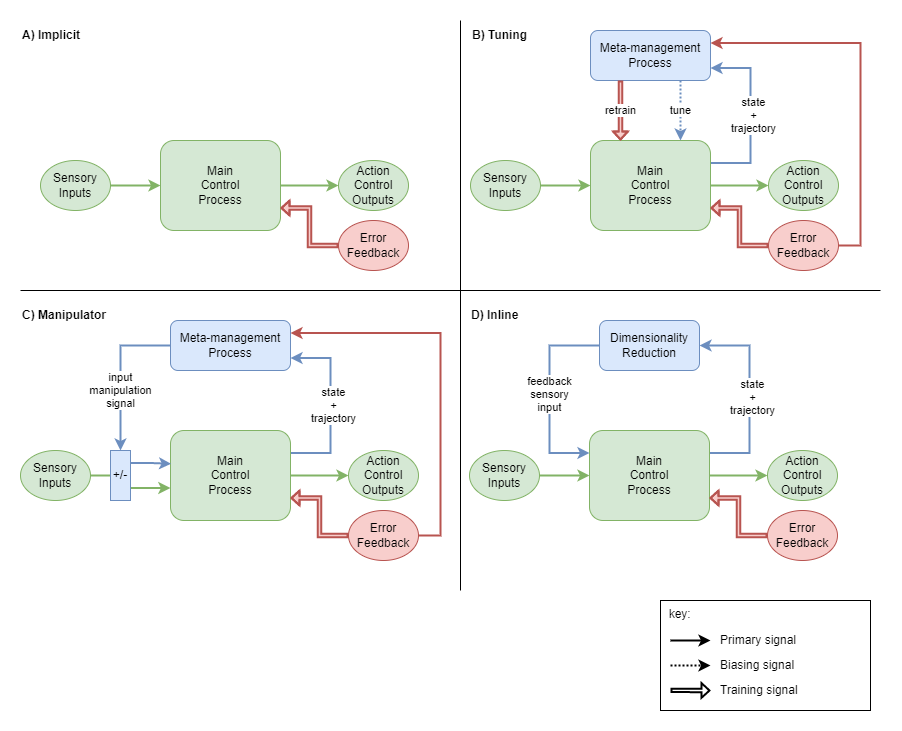
Above: files/A-coherent-theory-v1-mm-architectures.drawio.png in malcolmlett/malcolmlett.github.io (draw.io), before the change. Source tidied: cells renumbered, new cells last; positions are measured from the earlier drawing's top-left corner, leaving out a move shared by most shapes.
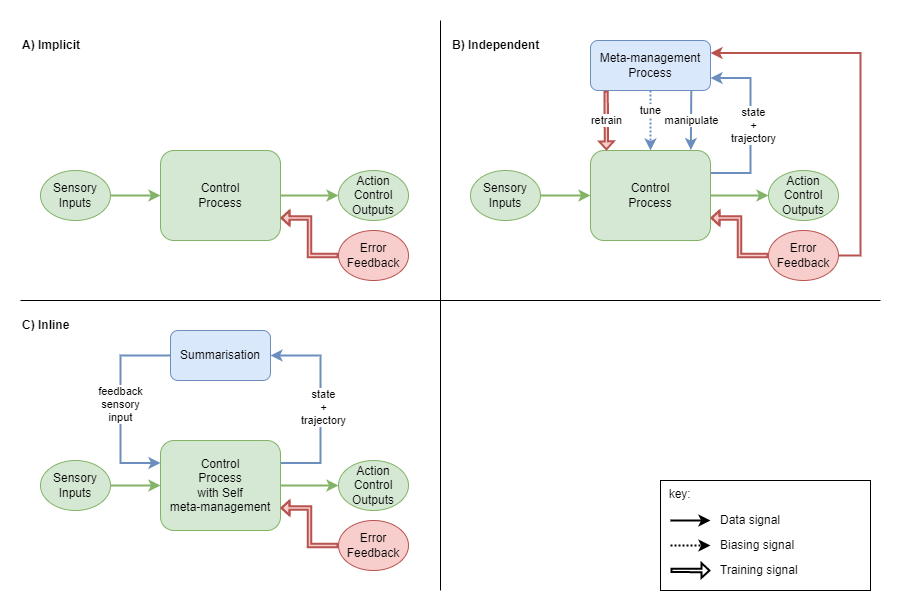
After the commit.

Commit message:
Meta-management architecture options

Diff of the diagram source:
```diff
@@ -22,12 +22,15 @@
         <mxPoint y="-26" as="offset" />
       </mxGeometry>
     </mxCell>
-    <mxCell id="6" value="Main&lt;br&gt;Control&lt;br&gt;Process" style="rounded=1;whiteSpace=wrap;html=1;fillColor=#d5e8d4;strokeColor=#82b366;" parent="1" vertex="1">
+    <mxCell id="6" value="Control&lt;br&gt;Process" style="rounded=1;whiteSpace=wrap;html=1;fillColor=#d5e8d4;strokeColor=#82b366;" parent="1" vertex="1">
       <mxGeometry x="570" y="120" width="120" height="90" as="geometry" />
     </mxCell>
-    <mxCell id="7" value="tune" style="edgeStyle=orthogonalEdgeStyle;rounded=0;jettySize=auto;html=1;entryX=0.75;entryY=0;entryDx=0;entryDy=0;strokeWidth=2;fillColor=#dae8fc;strokeColor=#6c8ebf;dashed=1;dashPattern=1 1;exitX=0.75;exitY=1;exitDx=0;exitDy=0;" parent="1" edge="1" source="8" target="6">
-      <mxGeometry relative="1" as="geometry" />
+    <mxCell id="7" value="tune" style="edgeStyle=orthogonalEdgeStyle;rounded=0;jettySize=auto;html=1;strokeWidth=2;fillColor=#dae8fc;strokeColor=#6c8ebf;dashed=1;dashPattern=1 1;exitX=0.5;exitY=1;exitDx=0;exitDy=0;" parent="1" edge="1" source="8" target="6">
+      <mxGeometry x="-0.33" relative="1" as="geometry" />
     </mxCell>
+    <mxCell id="61" value="manipulate" style="edgeStyle=none;rounded=0;jettySize=auto;html=1;entryX=0.836;entryY=-0.005;entryDx=0;entryDy=0;entryPerimeter=0;strokeWidth=2;fontSize=11;endArrow=classic;endFill=1;exitX=0.84;exitY=1.005;exitDx=0;exitDy=0;exitPerimeter=0;strokeColor=#6c8ebf;fillColor=#dae8fc;" parent="1" edge="1" source="8" target="6">
+      <mxGeometry relative="1" as="geometry" />
+    </mxCell>
     <mxCell id="8" value="Meta-management&lt;br&gt;Process" style="rounded=1;whiteSpace=wrap;html=1;fillColor=#dae8fc;strokeColor=#6c8ebf;" parent="1" vertex="1">
       <mxGeometry x="570" y="10" width="120" height="50" as="geometry" />
     </mxCell>
@@ -56,121 +59,54 @@
     <mxCell id="13" value="Error&lt;br&gt;Feedback" style="ellipse;whiteSpace=wrap;html=1;fillColor=#f8cecc;strokeColor=#b85450;" parent="1" vertex="1">
       <mxGeometry x="748" y="200" width="70" height="50" as="geometry" />
     </mxCell>
-    <mxCell id="14" style="edgeStyle=orthogonalEdgeStyle;rounded=0;jettySize=auto;html=1;strokeWidth=2;fillColor=#d5e8d4;strokeColor=#82b366;startArrow=none;exitX=1;exitY=0.75;exitDx=0;exitDy=0;entryX=-0.001;entryY=0.638;entryDx=0;entryDy=0;entryPerimeter=0;" parent="1" edge="1" source="30" target="18">
-      <mxGeometry relative="1" as="geometry" />
-    </mxCell>
-    <mxCell id="15" style="edgeStyle=orthogonalEdgeStyle;rounded=0;jettySize=auto;html=1;strokeWidth=2;fillColor=#d5e8d4;strokeColor=#82b366;" parent="1" edge="1" source="18" target="21">
-      <mxGeometry relative="1" as="geometry" />
-    </mxCell>
-    <mxCell id="16" style="edgeStyle=orthogonalEdgeStyle;rounded=0;jettySize=auto;html=1;entryX=1;entryY=0.75;entryDx=0;entryDy=0;strokeWidth=2;exitX=1;exitY=0.25;exitDx=0;exitDy=0;fillColor=#dae8fc;strokeColor=#6c8ebf;" parent="1" edge="1" source="18" target="20">
-      <mxGeometry relative="1" as="geometry">
-        <Array as="points">
-          <mxPoint x="310" y="432" />
-          <mxPoint x="310" y="338" />
-          <mxPoint x="270" y="338" />
-        </Array>
-      </mxGeometry>
-    </mxCell>
-    <mxCell id="17" value="state&lt;br&gt;+&lt;br&gt;trajectory" style="edgeLabel;html=1;align=center;verticalAlign=middle;" parent="16" vertex="1">
-      <mxGeometry x="-0.29" y="-2" relative="1" as="geometry">
-        <mxPoint y="-26" as="offset" />
-      </mxGeometry>
-    </mxCell>
-    <mxCell id="18" value="Main&lt;br&gt;Control&lt;br&gt;Process" style="rounded=1;whiteSpace=wrap;html=1;fillColor=#d5e8d4;strokeColor=#82b366;" parent="1" vertex="1">
-      <mxGeometry x="150" y="410" width="120" height="90" as="geometry" />
-    </mxCell>
-    <mxCell id="19" value="input&lt;br&gt;manipulation&lt;br&gt;signal" style="edgeStyle=orthogonalEdgeStyle;rounded=0;jettySize=auto;html=1;entryX=0.5;entryY=0;entryDx=0;entryDy=0;strokeWidth=2;fillColor=#dae8fc;strokeColor=#6c8ebf;" parent="1" edge="1" source="20" target="30">
-      <mxGeometry x="0.23" relative="1" as="geometry" />
-    </mxCell>
-    <mxCell id="20" value="Meta-management&lt;br&gt;Process" style="rounded=1;whiteSpace=wrap;html=1;fillColor=#dae8fc;strokeColor=#6c8ebf;" parent="1" vertex="1">
-      <mxGeometry x="150" y="300" width="120" height="50" as="geometry" />
-    </mxCell>
-    <mxCell id="21" value="Action&lt;br&gt;Control&lt;br&gt;Outputs" style="ellipse;whiteSpace=wrap;html=1;fillColor=#d5e8d4;strokeColor=#82b366;" parent="1" vertex="1">
-      <mxGeometry x="328" y="430" width="70" height="50" as="geometry" />
-    </mxCell>
-    <mxCell id="22" value="Sensory&lt;br&gt;Inputs" style="ellipse;whiteSpace=wrap;html=1;fillColor=#d5e8d4;strokeColor=#82b366;" parent="1" vertex="1">
-      <mxGeometry y="430" width="70" height="50" as="geometry" />
-    </mxCell>
-    <mxCell id="23" style="edgeStyle=orthogonalEdgeStyle;rounded=0;jettySize=auto;html=1;entryX=1;entryY=0.75;entryDx=0;entryDy=0;strokeWidth=2;fillColor=#f8cecc;strokeColor=#b85450;shape=flexArrow;width=2.4;endSize=1.9773333333333334;endWidth=9.179548156956004;" parent="1" edge="1" source="24" target="18">
-      <mxGeometry relative="1" as="geometry">
-        <Array as="points">
-          <mxPoint x="299" y="515" />
-          <mxPoint x="299" y="478" />
-        </Array>
-      </mxGeometry>
-    </mxCell>
-    <mxCell id="24" value="Error&lt;br&gt;Feedback" style="ellipse;whiteSpace=wrap;html=1;fillColor=#f8cecc;strokeColor=#b85450;" parent="1" vertex="1">
-      <mxGeometry x="328" y="490" width="70" height="50" as="geometry" />
-    </mxCell>
-    <mxCell id="25" value="B) Tuning" style="text;html=1;strokeColor=none;fillColor=none;align=left;verticalAlign=middle;whiteSpace=wrap;rounded=0;fontStyle=1;" parent="1" vertex="1">
-      <mxGeometry x="450" width="100" height="30" as="geometry" />
+    <mxCell id="25" value="B) Independent" style="text;html=1;strokeColor=none;fillColor=none;align=left;verticalAlign=middle;whiteSpace=wrap;rounded=0;fontStyle=1;" parent="1" vertex="1">
+      <mxGeometry x="430" width="100" height="30" as="geometry" />
     </mxCell>
-    <mxCell id="26" value="C) Manipulator" style="text;html=1;strokeColor=none;fillColor=none;align=left;verticalAlign=middle;whiteSpace=wrap;rounded=0;fontStyle=1;" parent="1" vertex="1">
-      <mxGeometry y="280" width="100" height="30" as="geometry" />
-    </mxCell>
     <mxCell id="27" style="endArrow=none;html=1;rounded=0;strokeWidth=1;" parent="1" edge="1">
       <mxGeometry relative="1" as="geometry">
-        <mxPoint x="440" y="570" as="sourcePoint" />
-        <mxPoint x="440" as="targetPoint" />
+        <mxPoint x="420" y="560" as="sourcePoint" />
+        <mxPoint x="420" y="-10" as="targetPoint" />
       </mxGeometry>
     </mxCell>
-    <mxCell id="28" style="edgeStyle=orthogonalEdgeStyle;rounded=0;jettySize=auto;html=1;strokeWidth=2;fillColor=#d5e8d4;strokeColor=#82b366;endArrow=none;" parent="1" edge="1" source="22" target="30">
-      <mxGeometry relative="1" as="geometry" />
-    </mxCell>
-    <mxCell id="29" style="edgeStyle=orthogonalEdgeStyle;rounded=0;jettySize=auto;html=1;entryX=0.005;entryY=0.37;entryDx=0;entryDy=0;strokeWidth=2;exitX=1;exitY=0.25;exitDx=0;exitDy=0;fillColor=#dae8fc;strokeColor=#6c8ebf;entryPerimeter=0;" parent="1" edge="1" source="30" target="18">
-      <mxGeometry relative="1" as="geometry" />
-    </mxCell>
-    <mxCell id="30" value="+/-" style="rounded=0;whiteSpace=wrap;html=1;fillColor=#dae8fc;strokeColor=#6c8ebf;" parent="1" vertex="1">
-      <mxGeometry x="90" y="430" width="20" height="50" as="geometry" />
-    </mxCell>
-    <mxCell id="31" value="retrain" style="edgeStyle=orthogonalEdgeStyle;rounded=0;jettySize=auto;html=1;entryX=0.25;entryY=0;entryDx=0;entryDy=0;strokeWidth=2;fillColor=#f8cecc;strokeColor=#b85450;shape=flexArrow;width=2.4;endSize=1.9773333333333334;endWidth=9.179548156956004;exitX=0.25;exitY=1;exitDx=0;exitDy=0;" parent="1" edge="1" source="8" target="6">
+    <mxCell id="31" value="retrain" style="edgeStyle=orthogonalEdgeStyle;rounded=0;jettySize=auto;html=1;entryX=0.133;entryY=-0.002;entryDx=0;entryDy=0;strokeWidth=2;fillColor=#f8cecc;strokeColor=#b85450;shape=flexArrow;width=2.4;endSize=1.9773333333333334;endWidth=9.179548156956004;entryPerimeter=0;exitX=0.13;exitY=1.005;exitDx=0;exitDy=0;exitPerimeter=0;" parent="1" edge="1" source="8" target="6">
       <mxGeometry relative="1" as="geometry">
         <Array as="points">
-          <mxPoint x="600" y="90" />
-          <mxPoint x="600" y="90" />
+          <mxPoint x="586" y="60" />
         </Array>
       </mxGeometry>
     </mxCell>
-    <mxCell id="32" style="edgeStyle=orthogonalEdgeStyle;rounded=0;jettySize=auto;html=1;strokeWidth=2;fillColor=#f8cecc;strokeColor=#b85450;endWidth=10.77619491412595;entryX=1;entryY=0.25;entryDx=0;entryDy=0;exitX=1;exitY=0.5;exitDx=0;exitDy=0;" parent="1" edge="1" source="24" target="20">
-      <mxGeometry relative="1" as="geometry">
-        <Array as="points">
-          <mxPoint x="420" y="515" />
-          <mxPoint x="420" y="313" />
-        </Array>
-      </mxGeometry>
-    </mxCell>
     <mxCell id="33" value="&amp;nbsp; key:" style="rounded=0;whiteSpace=wrap;html=1;align=left;verticalAlign=top;" parent="1" vertex="1">
-      <mxGeometry x="640" y="580" width="210" height="110" as="geometry" />
+      <mxGeometry x="640" y="450" width="210" height="110" as="geometry" />
     </mxCell>
     <mxCell id="34" style="edgeStyle=orthogonalEdgeStyle;rounded=0;orthogonalLoop=1;jettySize=auto;html=1;strokeWidth=2;" parent="1" edge="1">
       <mxGeometry relative="1" as="geometry">
-        <mxPoint x="650" y="620" as="sourcePoint" />
-        <mxPoint x="690" y="620" as="targetPoint" />
+        <mxPoint x="650" y="490" as="sourcePoint" />
+        <mxPoint x="690" y="490" as="targetPoint" />
       </mxGeometry>
     </mxCell>
     <mxCell id="35" style="edgeStyle=orthogonalEdgeStyle;rounded=0;orthogonalLoop=1;jettySize=auto;html=1;strokeWidth=2;shape=flexArrow;width=2.4;endSize=1.9773333333333334;endWidth=9.179548156956004;" parent="1" edge="1">
       <mxGeometry relative="1" as="geometry">
-        <mxPoint x="650" y="669.9" as="sourcePoint" />
-        <mxPoint x="690" y="670" as="targetPoint" />
+        <mxPoint x="650" y="539.9" as="sourcePoint" />
+        <mxPoint x="690" y="540" as="targetPoint" />
         <Array as="points">
-          <mxPoint x="650" y="669.9" />
+          <mxPoint x="650" y="539.9" />
         </Array>
       </mxGeometry>
     </mxCell>
-    <mxCell id="36" value="Primary signal" style="text;html=1;strokeColor=none;fillColor=none;align=left;verticalAlign=middle;whiteSpace=wrap;rounded=0;" parent="1" vertex="1">
-      <mxGeometry x="698" y="610" width="102" height="20" as="geometry" />
+    <mxCell id="36" value="Data signal" style="text;html=1;strokeColor=none;fillColor=none;align=left;verticalAlign=middle;whiteSpace=wrap;rounded=0;" parent="1" vertex="1">
+      <mxGeometry x="698" y="480" width="142" height="20" as="geometry" />
     </mxCell>
     <mxCell id="37" value="Training signal" style="text;html=1;strokeColor=none;fillColor=none;align=left;verticalAlign=middle;whiteSpace=wrap;rounded=0;" parent="1" vertex="1">
-      <mxGeometry x="698" y="660" width="142" height="20" as="geometry" />
+      <mxGeometry x="698" y="530" width="142" height="20" as="geometry" />
     </mxCell>
     <mxCell id="38" style="edgeStyle=orthogonalEdgeStyle;rounded=0;orthogonalLoop=1;jettySize=auto;html=1;strokeWidth=2;dashed=1;dashPattern=1 1;" parent="1" edge="1">
       <mxGeometry relative="1" as="geometry">
-        <mxPoint x="650" y="645" as="sourcePoint" />
-        <mxPoint x="690" y="645" as="targetPoint" />
+        <mxPoint x="650" y="515" as="sourcePoint" />
+        <mxPoint x="690" y="515" as="targetPoint" />
       </mxGeometry>
     </mxCell>
     <mxCell id="39" value="Biasing signal" style="text;html=1;strokeColor=none;fillColor=none;align=left;verticalAlign=middle;whiteSpace=wrap;rounded=0;" parent="1" vertex="1">
-      <mxGeometry x="698" y="635" width="102" height="20" as="geometry" />
+      <mxGeometry x="698" y="505" width="102" height="20" as="geometry" />
     </mxCell>
     <mxCell id="40" style="endArrow=none;html=1;rounded=0;strokeWidth=1;" parent="1" edge="1">
       <mxGeometry relative="1" as="geometry">
@@ -187,8 +123,8 @@
     <mxCell id="43" style="edgeStyle=orthogonalEdgeStyle;rounded=0;jettySize=auto;html=1;strokeWidth=2;exitX=1;exitY=0.25;exitDx=0;exitDy=0;fillColor=#dae8fc;strokeColor=#6c8ebf;entryX=1;entryY=0.5;entryDx=0;entryDy=0;" parent="1" edge="1" source="45" target="47">
       <mxGeometry relative="1" as="geometry">
         <Array as="points">
-          <mxPoint x="729" y="432" />
-          <mxPoint x="729" y="325" />
+          <mxPoint x="300" y="432" />
+          <mxPoint x="300" y="325" />
         </Array>
       </mxGeometry>
     </mxCell>
@@ -197,39 +133,39 @@
         <mxPoint y="-26" as="offset" />
       </mxGeometry>
     </mxCell>
-    <mxCell id="45" value="Main&lt;br&gt;Control&lt;br&gt;Process" style="rounded=1;whiteSpace=wrap;html=1;fillColor=#d5e8d4;strokeColor=#82b366;" parent="1" vertex="1">
-      <mxGeometry x="569" y="410" width="120" height="90" as="geometry" />
+    <mxCell id="45" value="Control&lt;br&gt;Process&lt;br&gt;with Self&lt;br&gt;meta-management" style="rounded=1;whiteSpace=wrap;html=1;fillColor=#d5e8d4;strokeColor=#82b366;" parent="1" vertex="1">
+      <mxGeometry x="140" y="410" width="120" height="90" as="geometry" />
     </mxCell>
     <mxCell id="46" value="feedback&lt;br&gt;sensory&lt;br&gt;input" style="edgeStyle=orthogonalEdgeStyle;rounded=0;jettySize=auto;html=1;entryX=0;entryY=0.25;entryDx=0;entryDy=0;strokeWidth=2;exitX=0;exitY=0.5;exitDx=0;exitDy=0;fillColor=#dae8fc;strokeColor=#6c8ebf;" parent="1" edge="1" source="47" target="45">
       <mxGeometry relative="1" as="geometry">
         <Array as="points">
-          <mxPoint x="529" y="325" />
-          <mxPoint x="529" y="433" />
+          <mxPoint x="100" y="325" />
+          <mxPoint x="100" y="433" />
         </Array>
       </mxGeometry>
     </mxCell>
-    <mxCell id="47" value="Dimensionality&lt;br&gt;Reduction" style="rounded=1;whiteSpace=wrap;html=1;fillColor=#dae8fc;strokeColor=#6c8ebf;" parent="1" vertex="1">
-      <mxGeometry x="579" y="300" width="100" height="50" as="geometry" />
+    <mxCell id="47" value="Summarisation" style="rounded=1;whiteSpace=wrap;html=1;fillColor=#dae8fc;strokeColor=#6c8ebf;" parent="1" vertex="1">
+      <mxGeometry x="150" y="300" width="100" height="50" as="geometry" />
     </mxCell>
     <mxCell id="48" value="Action&lt;br&gt;Control&lt;br&gt;Outputs" style="ellipse;whiteSpace=wrap;html=1;fillColor=#d5e8d4;strokeColor=#82b366;" parent="1" vertex="1">
-      <mxGeometry x="747" y="430" width="70" height="50" as="geometry" />
+      <mxGeometry x="318" y="430" width="70" height="50" as="geometry" />
     </mxCell>
     <mxCell id="49" value="Sensory&lt;br&gt;Inputs" style="ellipse;whiteSpace=wrap;html=1;fillColor=#d5e8d4;strokeColor=#82b366;" parent="1" vertex="1">
-      <mxGeometry x="449" y="430" width="70" height="50" as="geometry" />
+      <mxGeometry x="20" y="430" width="70" height="50" as="geometry" />
     </mxCell>
     <mxCell id="50" style="edgeStyle=orthogonalEdgeStyle;rounded=0;jettySize=auto;html=1;entryX=1;entryY=0.75;entryDx=0;entryDy=0;strokeWidth=2;fillColor=#f8cecc;strokeColor=#b85450;shape=flexArrow;width=2.4;endSize=1.9773333333333334;endWidth=9.179548156956004;" parent="1" edge="1" source="51" target="45">
       <mxGeometry relative="1" as="geometry">
         <Array as="points">
-          <mxPoint x="718" y="515" />
-          <mxPoint x="718" y="478" />
+          <mxPoint x="289" y="515" />
+          <mxPoint x="289" y="478" />
         </Array>
       </mxGeometry>
     </mxCell>
     <mxCell id="51" value="Error&lt;br&gt;Feedback" style="ellipse;whiteSpace=wrap;html=1;fillColor=#f8cecc;strokeColor=#b85450;" parent="1" vertex="1">
-      <mxGeometry x="747" y="490" width="70" height="50" as="geometry" />
+      <mxGeometry x="318" y="490" width="70" height="50" as="geometry" />
     </mxCell>
-    <mxCell id="52" value="D) Inline" style="text;html=1;strokeColor=none;fillColor=none;align=left;verticalAlign=middle;whiteSpace=wrap;rounded=0;fontStyle=1;" parent="1" vertex="1">
-      <mxGeometry x="449" y="280" width="80" height="30" as="geometry" />
+    <mxCell id="52" value="C) Inline" style="text;html=1;strokeColor=none;fillColor=none;align=left;verticalAlign=middle;whiteSpace=wrap;rounded=0;fontStyle=1;" parent="1" vertex="1">
+      <mxGeometry y="280" width="80" height="30" as="geometry" />
     </mxCell>
     <mxCell id="53" style="edgeStyle=orthogonalEdgeStyle;rounded=0;jettySize=auto;html=1;strokeWidth=2;fillColor=#d5e8d4;strokeColor=#82b366;" parent="1" edge="1" source="57" target="55">
       <mxGeometry relative="1" as="geometry" />
@@ -237,7 +173,7 @@
     <mxCell id="54" style="edgeStyle=orthogonalEdgeStyle;rounded=0;jettySize=auto;html=1;strokeWidth=2;fillColor=#d5e8d4;strokeColor=#82b366;" parent="1" edge="1" source="55" target="56">
       <mxGeometry relative="1" as="geometry" />
     </mxCell>
-    <mxCell id="55" value="Main&lt;br&gt;Control&lt;br&gt;Process" style="rounded=1;whiteSpace=wrap;html=1;fillColor=#d5e8d4;strokeColor=#82b366;" parent="1" vertex="1">
+    <mxCell id="55" value="Control&lt;br&gt;Process" style="rounded=1;whiteSpace=wrap;html=1;fillColor=#d5e8d4;strokeColor=#82b366;" parent="1" vertex="1">
       <mxGeometry x="140" y="120" width="120" height="90" as="geometry" />
     </mxCell>
     <mxCell id="56" value="Action&lt;br&gt;Control&lt;br&gt;Outputs" style="ellipse;whiteSpace=wrap;html=1;fillColor=#d5e8d4;strokeColor=#82b366;" parent="1" vertex="1">
```
